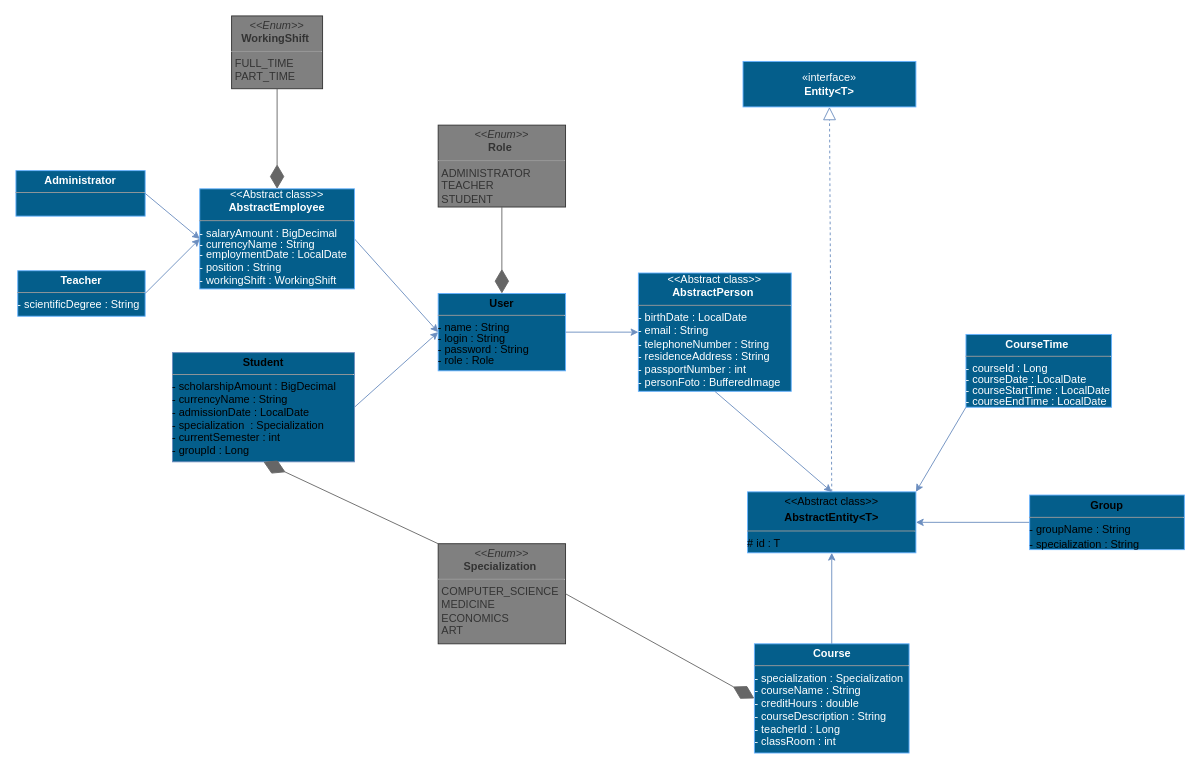
Earlier version of the draw.io diagram entity_hierarchy.drawio (AndreiKurbatov/university-cms-docs). Source tidied: cells renumbered, new cells numbered last; positions are measured from the earlier drawing's top-left corner, leaving out a move shared by most shapes. Both pictures are drawn from the tidied source at 91%, with x=0, y=0 at pixel (15, 15).
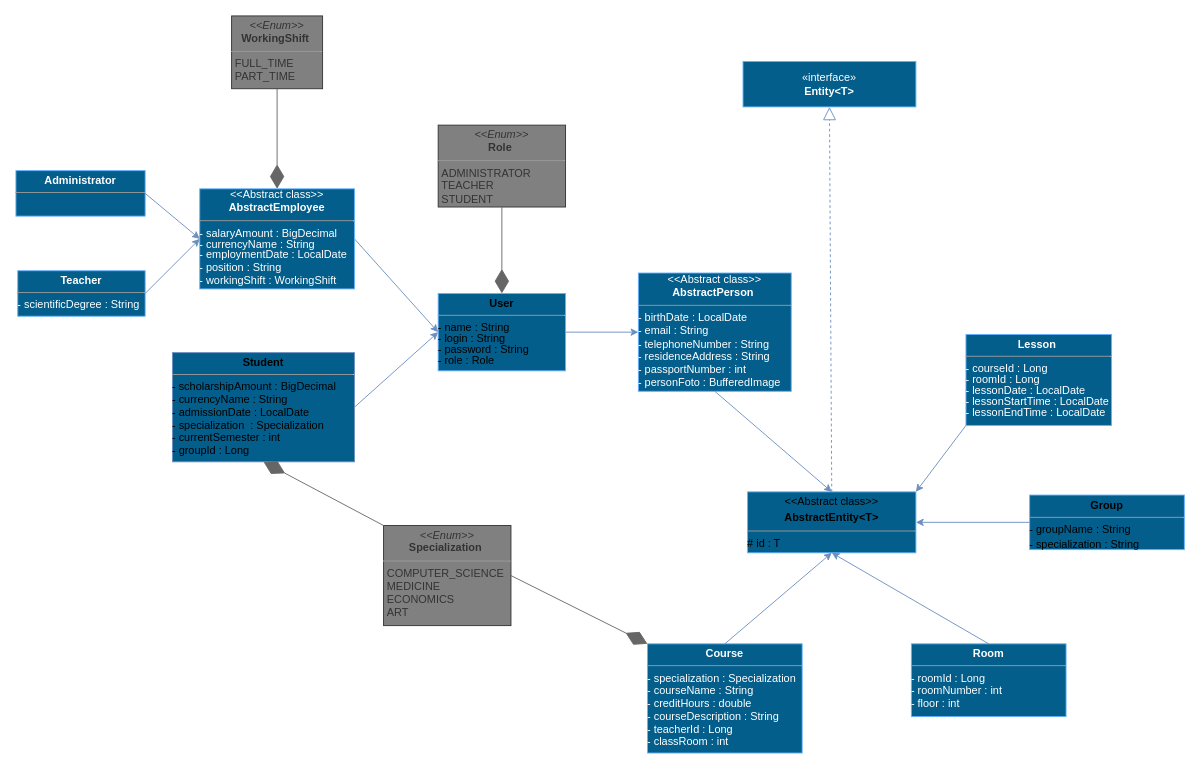
The same page after the edit.

The change refers to these unchanged cells:
```xml
<mxCell id="5" value="&lt;p style=&quot;margin:0px;margin-top:4px;text-align:center;&quot;&gt;&amp;lt;&amp;lt;Abstract class&amp;gt;&amp;gt;&lt;br&gt;&lt;/p&gt;&lt;p style=&quot;margin:0px;margin-top:4px;text-align:center;&quot;&gt;&lt;b&gt;AbstractEntity&amp;lt;T&amp;gt;&lt;/b&gt;&lt;br&gt;&lt;/p&gt;&lt;hr size=&quot;1&quot;&gt;&lt;div style=&quot;height:2px;&quot;&gt;# id : T&lt;br&gt;&lt;/div&gt;&lt;div style=&quot;height:2px;&quot;&gt;&lt;br&gt;&lt;/div&gt;" style="verticalAlign=top;align=left;overflow=fill;fontSize=12;fontFamily=Helvetica;html=1;whiteSpace=wrap;fillColor=#045E8B;strokeColor=#66B2FF;" parent="1" vertex="1">
  <mxGeometry x="804" y="523" width="185" height="67" as="geometry" />
</mxCell>
```

The edit, as a diff of the source:
```diff
@@
     <mxCell id="18" value="&lt;p style=&quot;margin:0px;margin-top:4px;text-align:center;&quot;&gt;&lt;i&gt;&amp;lt;&amp;lt;Enum&amp;gt;&amp;gt;&lt;/i&gt;&lt;br&gt;&lt;b&gt;Specialization&amp;nbsp;&lt;/b&gt;&lt;br&gt;&lt;/p&gt;&lt;hr size=&quot;1&quot;&gt;&lt;p style=&quot;margin:0px;margin-left:4px;&quot;&gt;COMPUTER_SCIENCE&lt;/p&gt;&lt;p style=&quot;margin:0px;margin-left:4px;&quot;&gt;MEDICINE&lt;/p&gt;&lt;p style=&quot;margin:0px;margin-left:4px;&quot;&gt;ECONOMICS&lt;/p&gt;&lt;p style=&quot;margin:0px;margin-left:4px;&quot;&gt;ART&lt;/p&gt;" style="verticalAlign=top;align=left;overflow=fill;fontSize=12;fontFamily=Helvetica;html=1;whiteSpace=wrap;fillColor=#808080;fontColor=#333333;strokeColor=#333333;" parent="1" vertex="1">
-      <mxGeometry x="464" y="580" width="140" height="110" as="geometry" />
+      <mxGeometry x="404" y="560" width="140" height="110" as="geometry" />
     </mxCell>
@@
-    <mxCell id="20" style="endArrow=diamondThin;endFill=1;endSize=24;html=1;rounded=0;entryX=0;entryY=0.5;entryDx=0;entryDy=0;exitX=1;exitY=0.5;exitDx=0;exitDy=0;fillColor=#f5f5f5;strokeColor=#666666;" parent="1" edge="1" source="18" target="21">
+    <mxCell id="20" style="endArrow=diamondThin;endFill=1;endSize=24;html=1;rounded=0;entryX=0;entryY=0;entryDx=0;entryDy=0;exitX=1;exitY=0.5;exitDx=0;exitDy=0;fillColor=#f5f5f5;strokeColor=#666666;" parent="1" edge="1" source="18" target="21">
       <mxGeometry relative="1" as="geometry" />
     </mxCell>
     <mxCell id="21" value="&lt;p style=&quot;margin:0px;margin-top:4px;text-align:center;&quot;&gt;&lt;b&gt;Course&lt;/b&gt;&lt;br&gt;&lt;/p&gt;&lt;hr size=&quot;1&quot;&gt;&lt;div style=&quot;height:2px;&quot;&gt;-&amp;nbsp;specialization : Specialization&lt;/div&gt;&lt;div style=&quot;height:2px;&quot;&gt;&lt;br&gt;&lt;/div&gt;&lt;div style=&quot;height:2px;&quot;&gt;&lt;br&gt;&lt;/div&gt;&lt;div style=&quot;height:2px;&quot;&gt;&lt;br&gt;&lt;/div&gt;&lt;div style=&quot;height:2px;&quot;&gt;&lt;br&gt;&lt;/div&gt;&lt;div style=&quot;height:2px;&quot;&gt;&lt;br&gt;&lt;/div&gt;&lt;div style=&quot;height:2px;&quot;&gt;&lt;br&gt;&lt;/div&gt;&lt;div style=&quot;height:2px;&quot;&gt;-&amp;nbsp;courseName : String&lt;/div&gt;&lt;div style=&quot;height:2px;&quot;&gt;&lt;br&gt;&lt;/div&gt;&lt;div style=&quot;height:2px;&quot;&gt;&lt;br&gt;&lt;/div&gt;&lt;div style=&quot;height:2px;&quot;&gt;&lt;br&gt;&lt;/div&gt;&lt;div style=&quot;height:2px;&quot;&gt;&lt;br&gt;&lt;/div&gt;&lt;div style=&quot;height:2px;&quot;&gt;&lt;br&gt;&lt;/div&gt;&lt;div style=&quot;height:2px;&quot;&gt;&lt;br&gt;&lt;/div&gt;&lt;div style=&quot;height:2px;&quot;&gt;-&amp;nbsp;creditHours : double&lt;/div&gt;&lt;div style=&quot;height:2px;&quot;&gt;&lt;br&gt;&lt;/div&gt;&lt;div style=&quot;height:2px;&quot;&gt;&lt;br&gt;&lt;/div&gt;&lt;div style=&quot;height:2px;&quot;&gt;&lt;br&gt;&lt;/div&gt;&lt;div style=&quot;height:2px;&quot;&gt;&lt;br&gt;&lt;/div&gt;&lt;div style=&quot;height:2px;&quot;&gt;&lt;br&gt;&lt;/div&gt;&lt;div style=&quot;height:2px;&quot;&gt;&lt;br&gt;&lt;/div&gt;&lt;div style=&quot;height:2px;&quot;&gt;-&amp;nbsp;&lt;span style=&quot;background-color: initial;&quot;&gt;courseDescription : String&lt;/span&gt;&lt;/div&gt;&lt;div style=&quot;height:2px;&quot;&gt;&lt;span style=&quot;background-color: initial;&quot;&gt;&lt;br&gt;&lt;/span&gt;&lt;/div&gt;&lt;div style=&quot;height:2px;&quot;&gt;&lt;span style=&quot;background-color: initial;&quot;&gt;&lt;br&gt;&lt;/span&gt;&lt;/div&gt;&lt;div style=&quot;height:2px;&quot;&gt;&lt;span style=&quot;background-color: initial;&quot;&gt;&lt;br&gt;&lt;/span&gt;&lt;/div&gt;&lt;div style=&quot;height:2px;&quot;&gt;&lt;span style=&quot;background-color: initial;&quot;&gt;&lt;br&gt;&lt;/span&gt;&lt;/div&gt;&lt;div style=&quot;height:2px;&quot;&gt;&lt;span style=&quot;background-color: initial;&quot;&gt;&lt;br&gt;&lt;/span&gt;&lt;/div&gt;&lt;div style=&quot;height:2px;&quot;&gt;&lt;span style=&quot;background-color: initial;&quot;&gt;&lt;br&gt;&lt;/span&gt;&lt;/div&gt;&lt;div style=&quot;height:2px;&quot;&gt;&lt;span style=&quot;background-color: initial;&quot;&gt;-&amp;nbsp;&lt;/span&gt;teacherId : Long&lt;/div&gt;&lt;div style=&quot;height:2px;&quot;&gt;&lt;br&gt;&lt;/div&gt;&lt;div style=&quot;height:2px;&quot;&gt;&lt;br&gt;&lt;/div&gt;&lt;div style=&quot;height:2px;&quot;&gt;&lt;br&gt;&lt;/div&gt;&lt;div style=&quot;height:2px;&quot;&gt;&lt;br&gt;&lt;/div&gt;&lt;div style=&quot;height:2px;&quot;&gt;&lt;br&gt;&lt;/div&gt;&lt;div style=&quot;height:2px;&quot;&gt;&lt;br&gt;&lt;/div&gt;&lt;div style=&quot;height:2px;&quot;&gt;-&amp;nbsp;classRoom : int&lt;/div&gt;&lt;div style=&quot;height:2px;&quot;&gt;&lt;br&gt;&lt;/div&gt;&lt;div style=&quot;height:2px;&quot;&gt;&lt;br&gt;&lt;/div&gt;&lt;div style=&quot;height:2px;&quot;&gt;&lt;br&gt;&lt;/div&gt;&lt;div style=&quot;height:2px;&quot;&gt;&lt;br&gt;&lt;/div&gt;&lt;div style=&quot;height:2px;&quot;&gt;&lt;br&gt;&lt;/div&gt;&lt;div style=&quot;height:2px;&quot;&gt;&lt;br&gt;&lt;/div&gt;&lt;div style=&quot;height:2px;&quot;&gt;&lt;br&gt;&lt;/div&gt;&lt;div style=&quot;background-color:#2f2f2f;padding:0px 0px 0px 2px;&quot;&gt;&lt;div style=&quot;color: rgb(170, 170, 170); font-family: Consolas; font-size: 10pt;&quot;&gt;&lt;p style=&quot;background-color:#373737;margin:0;&quot;&gt;&lt;span style=&quot;color:#808080;&quot;&gt;&lt;/span&gt;&lt;/p&gt;&lt;/div&gt;&lt;/div&gt;&lt;div style=&quot;background-color:#2f2f2f;padding:0px 0px 0px 2px;&quot;&gt;&lt;div style=&quot;color: rgb(170, 170, 170); font-family: Consolas; font-size: 10pt;&quot;&gt;&lt;p style=&quot;background-color:#373737;margin:0;&quot;&gt;&lt;span style=&quot;color:#808080;&quot;&gt;&lt;/span&gt;&lt;/p&gt;&lt;/div&gt;&lt;/div&gt;&lt;div style=&quot;background-color:#2f2f2f;padding:0px 0px 0px 2px;&quot;&gt;&lt;div style=&quot;color: rgb(170, 170, 170); font-family: Consolas; font-size: 10pt;&quot;&gt;&lt;p style=&quot;background-color:#373737;margin:0;&quot;&gt;&lt;span style=&quot;color:#808080;&quot;&gt;&lt;/span&gt;&lt;/p&gt;&lt;/div&gt;&lt;/div&gt;&lt;div style=&quot;background-color:#2f2f2f;padding:0px 0px 0px 2px;&quot;&gt;&lt;div style=&quot;color: rgb(170, 170, 170); font-family: Consolas; font-size: 10pt;&quot;&gt;&lt;p style=&quot;background-color:#373737;margin:0;&quot;&gt;&lt;span style=&quot;color:#808080;&quot;&gt;&lt;/span&gt;&lt;/p&gt;&lt;/div&gt;&lt;/div&gt;" style="verticalAlign=top;align=left;overflow=fill;fontSize=12;fontFamily=Helvetica;html=1;whiteSpace=wrap;fillColor=#045E8B;strokeColor=#66B2FF;fontColor=#ffffff;" parent="1" vertex="1">
-      <mxGeometry x="811.5" y="690" width="170" height="120" as="geometry" />
+      <mxGeometry x="694" y="690" width="170" height="120" as="geometry" />
     </mxCell>
@@
-    <mxCell id="24" value="&lt;p style=&quot;margin:0px;margin-top:4px;text-align:center;&quot;&gt;&lt;b&gt;CourseTime&amp;nbsp;&lt;/b&gt;&lt;br&gt;&lt;/p&gt;&lt;hr size=&quot;1&quot;&gt;&lt;div style=&quot;height:2px;&quot;&gt;- courseId : Long&amp;nbsp;&amp;nbsp;&lt;/div&gt;&lt;div style=&quot;height:2px;&quot;&gt;&lt;br&gt;&lt;/div&gt;&lt;div style=&quot;height:2px;&quot;&gt;&lt;br&gt;&lt;/div&gt;&lt;div style=&quot;height:2px;&quot;&gt;&lt;br&gt;&lt;/div&gt;&lt;div style=&quot;height:2px;&quot;&gt;&lt;br&gt;&lt;/div&gt;&lt;div style=&quot;height:2px;&quot;&gt;&lt;br&gt;&lt;/div&gt;&lt;div style=&quot;height:2px;&quot;&gt;- courseDate : LocalDate&lt;/div&gt;&lt;div style=&quot;height:2px;&quot;&gt;&lt;br&gt;&lt;/div&gt;&lt;div style=&quot;height:2px;&quot;&gt;&lt;br&gt;&lt;/div&gt;&lt;div style=&quot;height:2px;&quot;&gt;&lt;br&gt;&lt;/div&gt;&lt;div style=&quot;height:2px;&quot;&gt;&lt;br&gt;&lt;/div&gt;&lt;div style=&quot;height:2px;&quot;&gt;&lt;br&gt;&lt;/div&gt;&lt;div style=&quot;height:2px;&quot;&gt;- courseStartTime : LocalDate&lt;/div&gt;&lt;div style=&quot;height:2px;&quot;&gt;&lt;br&gt;&lt;/div&gt;&lt;div style=&quot;height:2px;&quot;&gt;&lt;br&gt;&lt;/div&gt;&lt;div style=&quot;height:2px;&quot;&gt;&lt;br&gt;&lt;/div&gt;&lt;div style=&quot;height:2px;&quot;&gt;&lt;br&gt;&lt;/div&gt;&lt;div style=&quot;height:2px;&quot;&gt;&lt;br&gt;&lt;/div&gt;&lt;div style=&quot;height:2px;&quot;&gt;- courseEndTime : LocalDate&lt;/div&gt;" style="verticalAlign=top;align=left;overflow=fill;fontSize=12;fontFamily=Helvetica;html=1;whiteSpace=wrap;fillColor=#045E8B;strokeColor=#66B2FF;fontColor=#ffffff;" parent="1" vertex="1">
-      <mxGeometry x="1044" y="350" width="160" height="80" as="geometry" />
+    <mxCell id="24" value="&lt;p style=&quot;margin:0px;margin-top:4px;text-align:center;&quot;&gt;&lt;b&gt;Lesson&amp;nbsp;&lt;/b&gt;&lt;br&gt;&lt;/p&gt;&lt;hr size=&quot;1&quot;&gt;&lt;div style=&quot;height:2px;&quot;&gt;- courseId : Long&amp;nbsp;&lt;/div&gt;&lt;div style=&quot;height:2px;&quot;&gt;&lt;br&gt;&lt;/div&gt;&lt;div style=&quot;height:2px;&quot;&gt;&lt;br&gt;&lt;/div&gt;&lt;div style=&quot;height:2px;&quot;&gt;&lt;br&gt;&lt;/div&gt;&lt;div style=&quot;height:2px;&quot;&gt;&lt;br&gt;&lt;/div&gt;&lt;div style=&quot;height:2px;&quot;&gt;&lt;br&gt;&lt;/div&gt;&lt;div style=&quot;height:2px;&quot;&gt;- roomId : Long&amp;nbsp;&amp;nbsp;&lt;/div&gt;&lt;div style=&quot;height:2px;&quot;&gt;&lt;br&gt;&lt;/div&gt;&lt;div style=&quot;height:2px;&quot;&gt;&lt;br&gt;&lt;/div&gt;&lt;div style=&quot;height:2px;&quot;&gt;&lt;br&gt;&lt;/div&gt;&lt;div style=&quot;height:2px;&quot;&gt;&lt;br&gt;&lt;/div&gt;&lt;div style=&quot;height:2px;&quot;&gt;&lt;br&gt;&lt;/div&gt;&lt;div style=&quot;height:2px;&quot;&gt;- lessonDate : LocalDate&lt;/div&gt;&lt;div style=&quot;height:2px;&quot;&gt;&lt;br&gt;&lt;/div&gt;&lt;div style=&quot;height:2px;&quot;&gt;&lt;br&gt;&lt;/div&gt;&lt;div style=&quot;height:2px;&quot;&gt;&lt;br&gt;&lt;/div&gt;&lt;div style=&quot;height:2px;&quot;&gt;&lt;br&gt;&lt;/div&gt;&lt;div style=&quot;height:2px;&quot;&gt;&lt;br&gt;&lt;/div&gt;&lt;div style=&quot;height:2px;&quot;&gt;- lessonStartTime : LocalDate&lt;/div&gt;&lt;div style=&quot;height:2px;&quot;&gt;&lt;br&gt;&lt;/div&gt;&lt;div style=&quot;height:2px;&quot;&gt;&lt;br&gt;&lt;/div&gt;&lt;div style=&quot;height:2px;&quot;&gt;&lt;br&gt;&lt;/div&gt;&lt;div style=&quot;height:2px;&quot;&gt;&lt;br&gt;&lt;/div&gt;&lt;div style=&quot;height:2px;&quot;&gt;&lt;br&gt;&lt;/div&gt;&lt;div style=&quot;height:2px;&quot;&gt;- lessonEndTime : LocalDate&lt;/div&gt;" style="verticalAlign=top;align=left;overflow=fill;fontSize=12;fontFamily=Helvetica;html=1;whiteSpace=wrap;fillColor=#045E8B;strokeColor=#66B2FF;fontColor=#ffffff;" parent="1" vertex="1">
+      <mxGeometry x="1044" y="350" width="160" height="100" as="geometry" />
     </mxCell>
@@
+    <mxCell id="30" value="&lt;p style=&quot;margin:0px;margin-top:4px;text-align:center;&quot;&gt;&lt;b&gt;Room&lt;/b&gt;&lt;br&gt;&lt;/p&gt;&lt;hr size=&quot;1&quot;&gt;&lt;div style=&quot;height:2px;&quot;&gt;-&amp;nbsp;roomId : Long&lt;/div&gt;&lt;div style=&quot;height:2px;&quot;&gt;&lt;br&gt;&lt;/div&gt;&lt;div style=&quot;height:2px;&quot;&gt;&lt;br&gt;&lt;/div&gt;&lt;div style=&quot;height:2px;&quot;&gt;&lt;br&gt;&lt;/div&gt;&lt;div style=&quot;height:2px;&quot;&gt;&lt;br&gt;&lt;/div&gt;&lt;div style=&quot;height:2px;&quot;&gt;&lt;br&gt;&lt;/div&gt;&lt;div style=&quot;height:2px;&quot;&gt;&lt;br&gt;&lt;/div&gt;&lt;div style=&quot;height:2px;&quot;&gt;-&amp;nbsp;roomNumber&amp;nbsp;: int&lt;/div&gt;&lt;div style=&quot;height:2px;&quot;&gt;&lt;br&gt;&lt;/div&gt;&lt;div style=&quot;height:2px;&quot;&gt;&lt;br&gt;&lt;/div&gt;&lt;div style=&quot;height:2px;&quot;&gt;&lt;br&gt;&lt;/div&gt;&lt;div style=&quot;height:2px;&quot;&gt;&lt;br&gt;&lt;/div&gt;&lt;div style=&quot;height:2px;&quot;&gt;&lt;br&gt;&lt;/div&gt;&lt;div style=&quot;height:2px;&quot;&gt;&lt;br&gt;&lt;/div&gt;&lt;div style=&quot;height:2px;&quot;&gt;-&amp;nbsp;floor : int&lt;/div&gt;&lt;div style=&quot;height:2px;&quot;&gt;&lt;br&gt;&lt;/div&gt;&lt;div style=&quot;height:2px;&quot;&gt;&lt;br&gt;&lt;/div&gt;&lt;div style=&quot;height:2px;&quot;&gt;&lt;br&gt;&lt;/div&gt;&lt;div style=&quot;height:2px;&quot;&gt;&lt;br&gt;&lt;/div&gt;&lt;div style=&quot;height:2px;&quot;&gt;&lt;br&gt;&lt;/div&gt;&lt;div style=&quot;height:2px;&quot;&gt;&lt;br&gt;&lt;/div&gt;&lt;div style=&quot;height:2px;&quot;&gt;&lt;br&gt;&lt;/div&gt;&lt;div style=&quot;background-color:#2f2f2f;padding:0px 0px 0px 2px;&quot;&gt;&lt;div style=&quot;color: rgb(170, 170, 170); font-family: Consolas; font-size: 10pt;&quot;&gt;&lt;p style=&quot;background-color:#373737;margin:0;&quot;&gt;&lt;span style=&quot;color:#808080;&quot;&gt;&lt;/span&gt;&lt;/p&gt;&lt;/div&gt;&lt;/div&gt;&lt;div style=&quot;background-color:#2f2f2f;padding:0px 0px 0px 2px;&quot;&gt;&lt;div style=&quot;color: rgb(170, 170, 170); font-family: Consolas; font-size: 10pt;&quot;&gt;&lt;p style=&quot;background-color:#373737;margin:0;&quot;&gt;&lt;span style=&quot;color:#808080;&quot;&gt;&lt;/span&gt;&lt;/p&gt;&lt;/div&gt;&lt;/div&gt;&lt;div style=&quot;background-color:#2f2f2f;padding:0px 0px 0px 2px;&quot;&gt;&lt;div style=&quot;color: rgb(170, 170, 170); font-family: Consolas; font-size: 10pt;&quot;&gt;&lt;p style=&quot;background-color:#373737;margin:0;&quot;&gt;&lt;span style=&quot;color:#808080;&quot;&gt;&lt;/span&gt;&lt;/p&gt;&lt;/div&gt;&lt;/div&gt;&lt;div style=&quot;background-color:#2f2f2f;padding:0px 0px 0px 2px;&quot;&gt;&lt;div style=&quot;color: rgb(170, 170, 170); font-family: Consolas; font-size: 10pt;&quot;&gt;&lt;p style=&quot;background-color:#373737;margin:0;&quot;&gt;&lt;span style=&quot;color:#808080;&quot;&gt;&lt;/span&gt;&lt;/p&gt;&lt;/div&gt;&lt;/div&gt;" style="verticalAlign=top;align=left;overflow=fill;fontSize=12;fontFamily=Helvetica;html=1;whiteSpace=wrap;fillColor=#045E8B;strokeColor=#66B2FF;fontColor=#ffffff;" parent="1" vertex="1">
+      <mxGeometry x="984" y="690" width="170" height="80" as="geometry" />
+    </mxCell>
+    <mxCell id="31" style="endArrow=classic;html=1;rounded=0;exitX=0.5;exitY=0;exitDx=0;exitDy=0;entryX=0.5;entryY=1;entryDx=0;entryDy=0;strokeColor=#6C8EBF;" parent="1" edge="1" source="30" target="5">
+      <mxGeometry relative="1" as="geometry" />
+    </mxCell>
```
